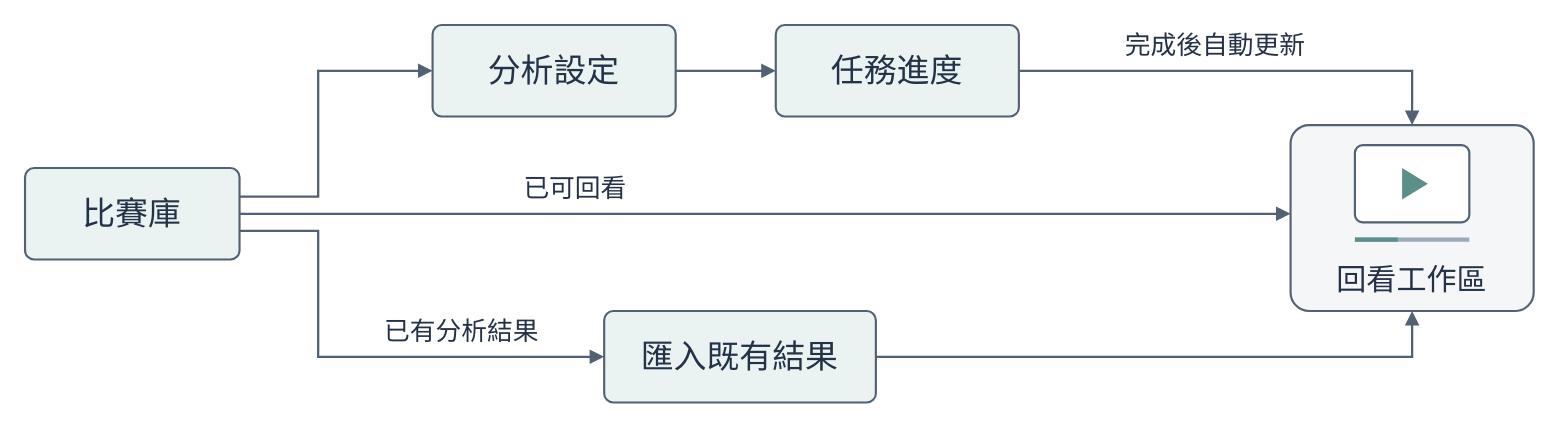
Earlier version of the draw.io diagram docs/figures/report/ui-workflow.drawio (2026bmtproject/badminton-analysis-system). Source tidied: cells renumbered, new cells numbered last; positions are measured from the earlier drawing's top-left corner, leaving out a move shared by most shapes. Both pictures are drawn from the tidied source at 143%, with x=0, y=0 at pixel (24, 24).
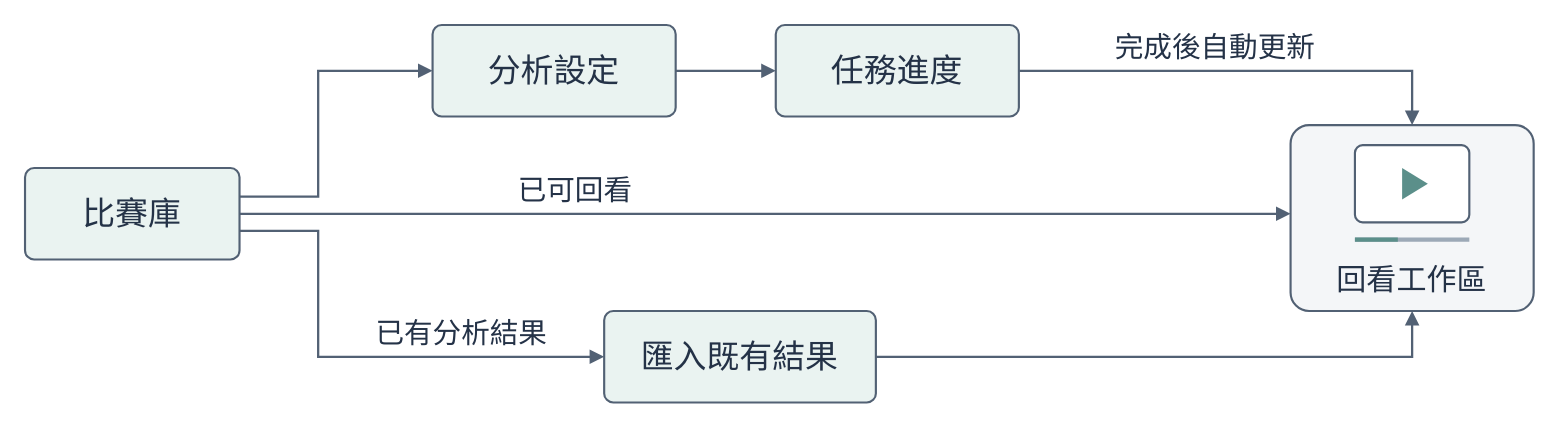
After the change.

Change to the diagram source:
```diff
@@
-    <mxCell id="15" value="完成後自動更新" style="text;html=0;whiteSpace=wrap;align=center;verticalAlign=middle;fontFamily=Arial Unicode MS;fontSize=18;fontColor=#243247;align=center;" parent="1" vertex="1">
+    <mxCell id="15" value="完成後自動更新" style="text;html=0;whiteSpace=wrap;align=center;verticalAlign=middle;fontFamily=Arial Unicode MS;fontSize=20;fontColor=#243247;align=center;" parent="1" vertex="1">
       <mxGeometry x="705" width="255" height="30" as="geometry" />
     </mxCell>
@@
-    <mxCell id="17" value="已可回看" style="text;html=0;whiteSpace=wrap;align=center;verticalAlign=middle;fontFamily=Arial Unicode MS;fontSize=18;fontColor=#243247;align=center;" parent="1" vertex="1">
+    <mxCell id="17" value="已可回看" style="text;html=0;whiteSpace=wrap;align=center;verticalAlign=middle;fontFamily=Arial Unicode MS;fontSize=20;fontColor=#243247;align=center;" parent="1" vertex="1">
       <mxGeometry x="285" y="100" width="200" height="30" as="geometry" />
     </mxCell>
@@
-    <mxCell id="19" value="已有分析結果" style="text;html=0;whiteSpace=wrap;align=center;verticalAlign=middle;fontFamily=Arial Unicode MS;fontSize=18;fontColor=#243247;align=center;" parent="1" vertex="1">
+    <mxCell id="19" value="已有分析結果" style="text;html=0;whiteSpace=wrap;align=center;verticalAlign=middle;fontFamily=Arial Unicode MS;fontSize=20;fontColor=#243247;align=center;" parent="1" vertex="1">
       <mxGeometry x="213" y="200" width="185" height="30" as="geometry" />
     </mxCell>
```
